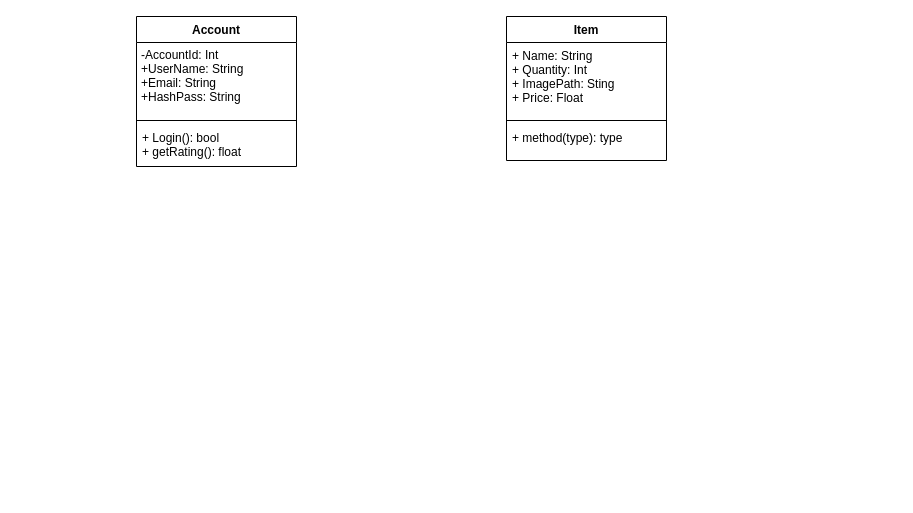
This is NaybrrUML.drawio from jcorm714/Naybrr, a draw.io file, before an edit. Source tidied: cells renumbered, new cells numbered last; positions are measured from the earlier drawing's top-left corner, leaving out a move shared by most shapes. Both pictures are drawn from the tidied source at 100%, with x=0, y=0 at pixel (136, 16).
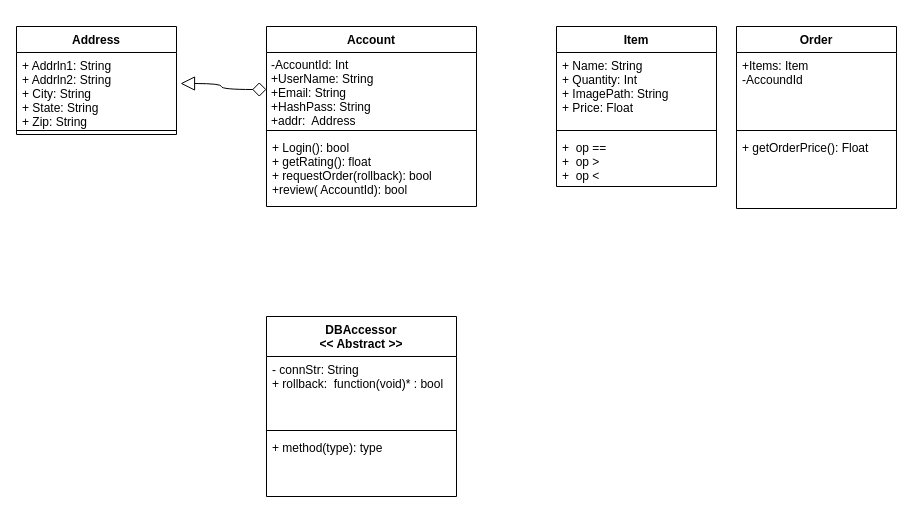
The same diagram, later.

What changed in the source:
```diff
@@
+    <mxCell id="10" value="Order" style="swimlane;fontStyle=1;align=center;verticalAlign=top;horizontal=1;startSize=26;" parent="1" vertex="1">
+      <mxGeometry x="600" y="10" width="160" height="182" as="geometry" />
+    </mxCell>
+    <mxCell id="11" value="+Items: Item&#10;-AccoundId&#10;&#10;" style="text;strokeColor=none;fillColor=none;align=left;verticalAlign=top;spacingLeft=4;spacingRight=4;overflow=hidden;" parent="10" vertex="1">
+      <mxGeometry y="26" width="160" height="74" as="geometry" />
+    </mxCell>
+    <mxCell id="12" style="line;strokeWidth=1;fillColor=none;align=left;verticalAlign=middle;spacingTop=-1;spacingLeft=3;spacingRight=3;labelPosition=right;" parent="10" vertex="1">
+      <mxGeometry y="100" width="160" height="8" as="geometry" />
+    </mxCell>
+    <mxCell id="13" value="+ getOrderPrice(): Float" style="text;strokeColor=none;fillColor=none;align=left;verticalAlign=top;spacingLeft=4;spacingRight=4;overflow=hidden;" parent="10" vertex="1">
+      <mxGeometry y="108" width="160" height="74" as="geometry" />
+    </mxCell>
     <mxCell id="2" value="Account" style="swimlane;fontStyle=1;align=center;verticalAlign=top;horizontal=1;startSize=26;" parent="1" vertex="1">
-      <mxGeometry width="160" height="150" as="geometry" />
+      <mxGeometry x="130" y="10" width="210" height="180" as="geometry" />
     </mxCell>
-    <mxCell id="3" value="-AccountId: Int&#10;+UserName: String&#10;+Email: String&#10;+HashPass: String&#10;" style="text;strokeColor=none;fillColor=none;align=left;verticalAlign=top;spacingLeft=4;spacingRight=4;overflow=hidden;points=[[0,0.5],[1,0.5]];portConstraint=eastwest;spacing=1;" parent="2" vertex="1">
-      <mxGeometry y="26" width="160" height="74" as="geometry" />
+    <mxCell id="3" value="-AccountId: Int&#10;+UserName: String&#10;+Email: String&#10;+HashPass: String&#10;+addr:  Address&#10;" style="text;strokeColor=none;fillColor=none;align=left;verticalAlign=top;spacingLeft=4;spacingRight=4;overflow=hidden;points=[[0,0.5],[1,0.5]];portConstraint=eastwest;spacing=1;" parent="2" vertex="1">
+      <mxGeometry y="26" width="210" height="74" as="geometry" />
     </mxCell>
     <mxCell id="4" style="line;strokeWidth=1;fillColor=none;align=left;verticalAlign=middle;spacingTop=-1;spacingLeft=3;spacingRight=3;labelPosition=right;" parent="2" vertex="1">
-      <mxGeometry y="100" width="160" height="8" as="geometry" />
+      <mxGeometry y="100" width="210" height="8" as="geometry" />
     </mxCell>
-    <mxCell id="5" value="+ Login(): bool&#10;+ getRating(): float&#10;" style="text;strokeColor=none;fillColor=none;align=left;verticalAlign=top;spacingLeft=4;spacingRight=4;overflow=hidden;" parent="2" vertex="1">
-      <mxGeometry y="108" width="160" height="42" as="geometry" />
+    <mxCell id="5" value="+ Login(): bool&#10;+ getRating(): float&#10;+ requestOrder(rollback): bool&#10;+review( AccountId): bool&#10;" style="text;strokeColor=none;fillColor=none;align=left;verticalAlign=top;spacingLeft=4;spacingRight=4;overflow=hidden;" parent="2" vertex="1">
+      <mxGeometry y="108" width="210" height="72" as="geometry" />
     </mxCell>
+    <mxCell id="14" value="Address" style="swimlane;fontStyle=1;align=center;verticalAlign=top;horizontal=1;startSize=26;" parent="1" vertex="1">
+      <mxGeometry x="-120" y="10" width="160" height="108" as="geometry" />
+    </mxCell>
+    <mxCell id="15" value="+ Addrln1: String&#10;+ Addrln2: String&#10;+ City: String&#10;+ State: String&#10;+ Zip: String&#10;&#10;" style="text;strokeColor=none;fillColor=none;align=left;verticalAlign=top;spacingLeft=4;spacingRight=4;overflow=hidden;points=[[0,0.5],[1,0.5]];portConstraint=eastwest;" parent="14" vertex="1">
+      <mxGeometry y="26" width="160" height="74" as="geometry" />
+    </mxCell>
+    <mxCell id="16" style="line;strokeWidth=1;fillColor=none;align=left;verticalAlign=middle;spacingTop=-1;spacingLeft=3;spacingRight=3;labelPosition=right;" parent="14" vertex="1">
+      <mxGeometry y="100" width="160" height="8" as="geometry" />
+    </mxCell>
+    <mxCell id="17" style="edgeStyle=orthogonalEdgeStyle;rounded=0;jettySize=auto;html=1;exitX=0;exitY=0.5;exitDx=0;exitDy=0;entryX=1.025;entryY=0.419;entryDx=0;entryDy=0;entryPerimeter=0;endArrow=block;endFill=0;curved=1;startArrow=diamond;startFill=0;endSize=12;startSize=12;" parent="1" edge="1" source="3" target="15">
+      <mxGeometry relative="1" as="geometry" />
+    </mxCell>
     <mxCell id="6" value="Item" style="swimlane;fontStyle=1;align=center;verticalAlign=top;horizontal=1;startSize=26;" parent="1" vertex="1">
-      <mxGeometry x="370" width="160" height="144" as="geometry" />
+      <mxGeometry x="420" y="10" width="160" height="160" as="geometry" />
     </mxCell>
-    <mxCell id="7" value="+ Name: String&#10;+ Quantity: Int&#10;+ ImagePath: Sting&#10;+ Price: Float&#10;" style="text;strokeColor=none;fillColor=none;align=left;verticalAlign=top;spacingLeft=4;spacingRight=4;overflow=hidden;" parent="6" vertex="1">
+    <mxCell id="7" value="+ Name: String&#10;+ Quantity: Int&#10;+ ImagePath: String&#10;+ Price: Float&#10;" style="text;strokeColor=none;fillColor=none;align=left;verticalAlign=top;spacingLeft=4;spacingRight=4;overflow=hidden;" parent="6" vertex="1">
       <mxGeometry y="26" width="160" height="74" as="geometry" />
     </mxCell>
@@
-    <mxCell id="9" value="+ method(type): type" style="text;strokeColor=none;fillColor=none;align=left;verticalAlign=top;spacingLeft=4;spacingRight=4;overflow=hidden;" parent="6" vertex="1">
-      <mxGeometry y="108" width="160" height="36" as="geometry" />
+    <mxCell id="9" value="+  op == &#10;+  op &gt; &#10;+  op &lt;&#10;" style="text;strokeColor=none;fillColor=none;align=left;verticalAlign=top;spacingLeft=4;spacingRight=4;overflow=hidden;" parent="6" vertex="1">
+      <mxGeometry y="108" width="160" height="52" as="geometry" />
     </mxCell>
+    <mxCell id="18" value="DBAccessor&#10;&lt;&lt; Abstract &gt;&gt;&#10;" style="swimlane;fontStyle=1;align=center;verticalAlign=top;horizontal=1;startSize=40;" parent="1" vertex="1">
+      <mxGeometry x="130" y="300" width="190" height="180" as="geometry" />
+    </mxCell>
+    <mxCell id="19" value="- connStr: String&#10;+ rollback:  function(void)* : bool&#10;" style="text;strokeColor=none;fillColor=none;align=left;verticalAlign=top;spacingLeft=4;spacingRight=4;overflow=hidden;" parent="18" vertex="1">
+      <mxGeometry y="40" width="190" height="70" as="geometry" />
+    </mxCell>
+    <mxCell id="20" style="line;strokeWidth=1;fillColor=none;align=left;verticalAlign=middle;spacingTop=-1;spacingLeft=3;spacingRight=3;labelPosition=right;" parent="18" vertex="1">
+      <mxGeometry y="110" width="190" height="8" as="geometry" />
+    </mxCell>
+    <mxCell id="21" value="+ method(type): type" style="text;strokeColor=none;fillColor=none;align=left;verticalAlign=top;spacingLeft=4;spacingRight=4;overflow=hidden;" parent="18" vertex="1">
+      <mxGeometry y="118" width="190" height="62" as="geometry" />
+    </mxCell>
```
